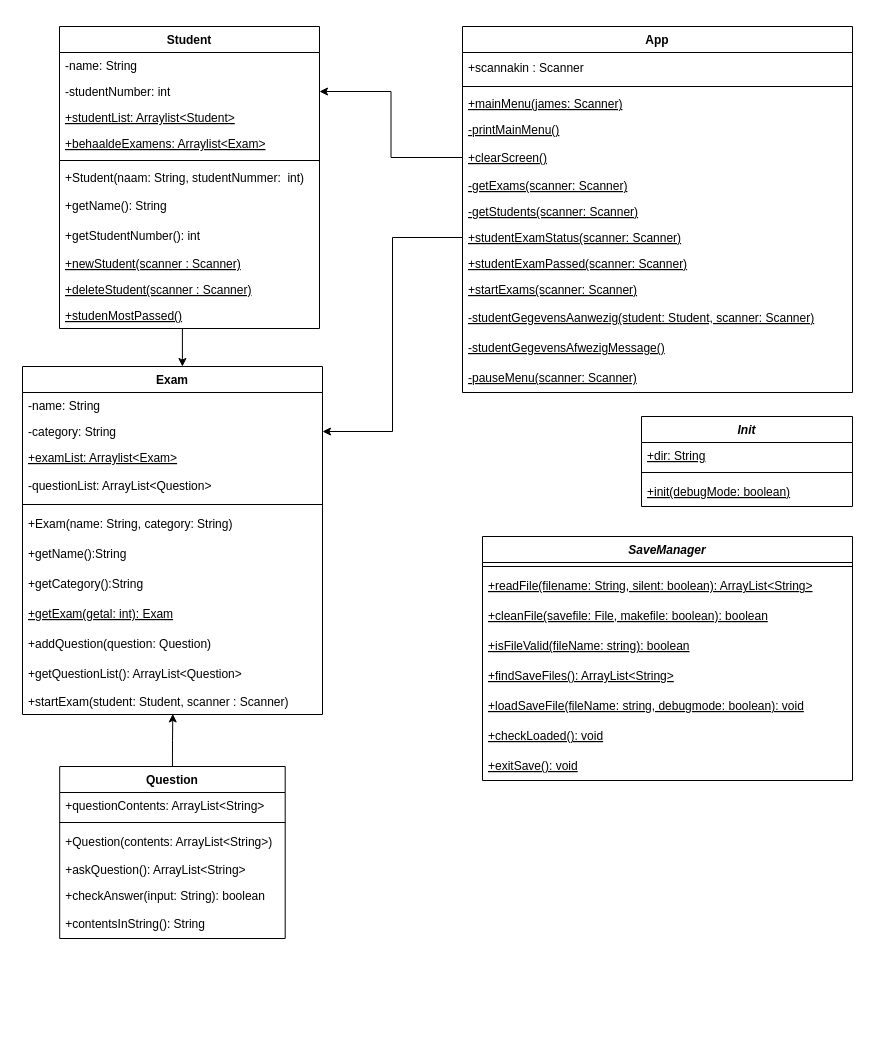
Before: UML.drawio in Studeeric/proj1, a draw.io diagram. Source tidied: cells renumbered, new cells numbered last; positions are measured from the earlier drawing's top-left corner, leaving out a move shared by most shapes. Both pictures are drawn from the tidied source at 100%, with x=0, y=0 at pixel (22, 26).
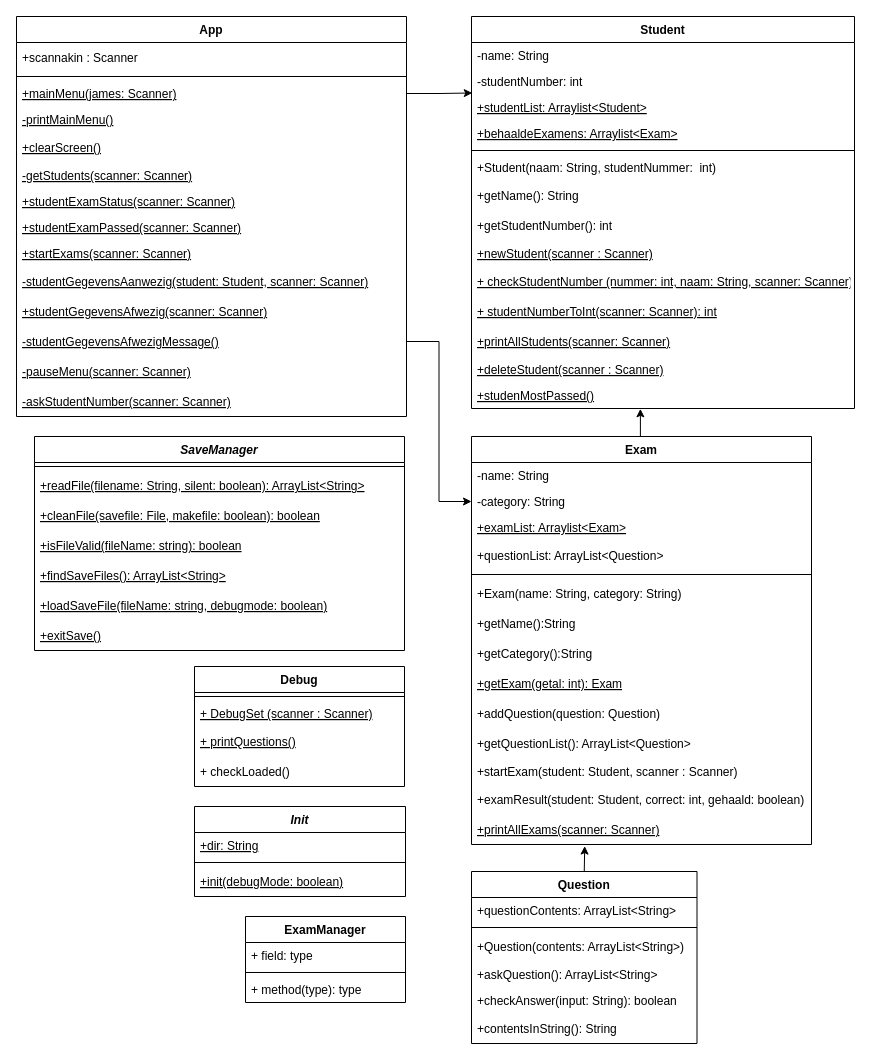
After the change.

The change refers to these unchanged cells:
```xml
<mxCell id="31" value="+mainMenu(james: Scanner)" style="text;strokeColor=none;fillColor=none;align=left;verticalAlign=top;spacingLeft=4;spacingRight=4;overflow=hidden;points=[[0,0.5],[1,0.5]];portConstraint=eastwest;fontStyle=4;" parent="28" vertex="1">
  <mxGeometry y="64" width="390" height="26" as="geometry" />
</mxCell>
<mxCell id="33" value="+clearScreen()" style="text;strokeColor=none;fillColor=none;align=left;verticalAlign=middle;spacingLeft=4;spacingRight=4;overflow=hidden;points=[[0,0.5],[1,0.5]];portConstraint=eastwest;fontStyle=4;" parent="28" vertex="1">
  <mxGeometry y="116" width="390" height="30" as="geometry" />
</mxCell>
```

Diff of the diagram source:
```diff
@@
-    <mxCell id="2" style="edgeStyle=orthogonalEdgeStyle;rounded=0;jettySize=auto;html=1;exitX=0.5;exitY=1;exitDx=0;exitDy=0;entryX=0.533;entryY=0;entryDx=0;entryDy=0;entryPerimeter=0;" parent="1" edge="1" source="3" target="15">
-      <mxGeometry relative="1" as="geometry" />
-    </mxCell>
     <mxCell id="3" value="Student" style="swimlane;fontStyle=1;align=center;verticalAlign=top;horizontal=1;startSize=26;" parent="1" vertex="1">
-      <mxGeometry x="37" width="260" height="302" as="geometry" />
+      <mxGeometry x="449" y="-10" width="383" height="392" as="geometry" />
     </mxCell>
     <mxCell id="4" value="-name: String" style="text;strokeColor=none;fillColor=none;align=left;verticalAlign=top;spacingLeft=4;spacingRight=4;overflow=hidden;" parent="3" vertex="1">
-      <mxGeometry y="26" width="260" height="26" as="geometry" />
+      <mxGeometry y="26" width="383" height="26" as="geometry" />
     </mxCell>
     <mxCell id="5" value="-studentNumber: int" style="text;strokeColor=none;fillColor=none;align=left;verticalAlign=top;spacingLeft=4;spacingRight=4;overflow=hidden;points=[[0,0.5],[1,0.5]];portConstraint=eastwest;" parent="3" vertex="1">
-      <mxGeometry y="52" width="260" height="26" as="geometry" />
+      <mxGeometry y="52" width="383" height="26" as="geometry" />
     </mxCell>
     <mxCell id="6" value="+studentList: Arraylist&lt;Student&gt;" style="text;strokeColor=none;fillColor=none;align=left;verticalAlign=top;spacingLeft=4;spacingRight=4;overflow=hidden;points=[[0,0.5],[1,0.5]];portConstraint=eastwest;fontStyle=4;" parent="3" vertex="1">
-      <mxGeometry y="78" width="260" height="26" as="geometry" />
+      <mxGeometry y="78" width="383" height="26" as="geometry" />
     </mxCell>
     <mxCell id="7" value="+behaaldeExamens: Arraylist&lt;Exam&gt;" style="text;strokeColor=none;fillColor=none;align=left;verticalAlign=top;spacingLeft=4;spacingRight=4;overflow=hidden;fontStyle=4;" parent="3" vertex="1">
-      <mxGeometry y="104" width="260" height="26" as="geometry" />
+      <mxGeometry y="104" width="383" height="26" as="geometry" />
     </mxCell>
     <mxCell id="8" style="line;strokeWidth=1;fillColor=none;align=left;verticalAlign=middle;spacingTop=-1;spacingLeft=3;spacingRight=3;labelPosition=right;" parent="3" vertex="1">
-      <mxGeometry y="130" width="260" height="8" as="geometry" />
+      <mxGeometry y="130" width="383" height="8" as="geometry" />
     </mxCell>
     <mxCell id="9" value="+Student(naam: String, studentNummer:  int)" style="text;strokeColor=none;fillColor=none;align=left;verticalAlign=top;spacingLeft=4;spacingRight=4;overflow=hidden;" parent="3" vertex="1">
-      <mxGeometry y="138" width="260" height="26" as="geometry" />
+      <mxGeometry y="138" width="383" height="26" as="geometry" />
     </mxCell>
     <mxCell id="10" value="+getName(): String" style="text;strokeColor=none;fillColor=none;align=left;verticalAlign=middle;spacingLeft=4;spacingRight=4;overflow=hidden;" parent="3" vertex="1">
-      <mxGeometry y="164" width="260" height="30" as="geometry" />
+      <mxGeometry y="164" width="383" height="30" as="geometry" />
     </mxCell>
     <mxCell id="11" value="+getStudentNumber(): int" style="text;strokeColor=none;fillColor=none;align=left;verticalAlign=middle;spacingLeft=4;spacingRight=4;overflow=hidden;" parent="3" vertex="1">
-      <mxGeometry y="194" width="260" height="30" as="geometry" />
+      <mxGeometry y="194" width="383" height="30" as="geometry" />
     </mxCell>
     <mxCell id="12" value="+newStudent(scanner : Scanner)" style="text;strokeColor=none;fillColor=none;align=left;verticalAlign=top;spacingLeft=4;spacingRight=4;overflow=hidden;fontStyle=4;" parent="3" vertex="1">
-      <mxGeometry y="224" width="260" height="26" as="geometry" />
+      <mxGeometry y="224" width="383" height="26" as="geometry" />
     </mxCell>
+    <mxCell id="65" value="+ checkStudentNumber (nummer: int, naam: String, scanner: Scanner)" style="text;strokeColor=none;fillColor=none;align=left;verticalAlign=middle;spacingLeft=4;spacingRight=4;overflow=hidden;fontStyle=4;" parent="3" vertex="1">
+      <mxGeometry y="250" width="383" height="30" as="geometry" />
+    </mxCell>
+    <mxCell id="66" value="+ studentNumberToInt(scanner: Scanner): int" style="text;strokeColor=none;fillColor=none;align=left;verticalAlign=middle;spacingLeft=4;spacingRight=4;overflow=hidden;fontStyle=4;" parent="3" vertex="1">
+      <mxGeometry y="280" width="383" height="30" as="geometry" />
+    </mxCell>
+    <mxCell id="67" value="+printAllStudents(scanner: Scanner)" style="text;strokeColor=none;fillColor=none;align=left;verticalAlign=middle;spacingLeft=4;spacingRight=4;overflow=hidden;fontStyle=4;" parent="3" vertex="1">
+      <mxGeometry y="310" width="383" height="30" as="geometry" />
+    </mxCell>
     <mxCell id="13" value="+deleteStudent(scanner : Scanner)" style="text;strokeColor=none;fillColor=none;align=left;verticalAlign=top;spacingLeft=4;spacingRight=4;overflow=hidden;fontStyle=4;" parent="3" vertex="1">
-      <mxGeometry y="250" width="260" height="26" as="geometry" />
+      <mxGeometry y="340" width="383" height="26" as="geometry" />
     </mxCell>
     <mxCell id="14" value="+studenMostPassed()" style="text;strokeColor=none;fillColor=none;align=left;verticalAlign=top;spacingLeft=4;spacingRight=4;overflow=hidden;points=[[0,0.5],[1,0.5]];portConstraint=eastwest;fontStyle=4;" parent="3" vertex="1">
-      <mxGeometry y="276" width="260" height="26" as="geometry" />
+      <mxGeometry y="366" width="383" height="26" as="geometry" />
     </mxCell>
+    <mxCell id="68" style="edgeStyle=orthogonalEdgeStyle;rounded=0;jettySize=auto;html=1;exitX=0.5;exitY=0;exitDx=0;exitDy=0;entryX=0.441;entryY=1.013;entryDx=0;entryDy=0;entryPerimeter=0;" parent="1" edge="1" source="15" target="14">
+      <mxGeometry relative="1" as="geometry" />
+    </mxCell>
     <mxCell id="15" value="Exam" style="swimlane;fontStyle=1;align=center;verticalAlign=top;horizontal=1;startSize=26;" parent="1" vertex="1">
-      <mxGeometry y="340" width="300" height="348" as="geometry" />
+      <mxGeometry x="449" y="410" width="340" height="408" as="geometry" />
     </mxCell>
     <mxCell id="16" value="-name: String" style="text;strokeColor=none;fillColor=none;align=left;verticalAlign=top;spacingLeft=4;spacingRight=4;overflow=hidden;" parent="15" vertex="1">
-      <mxGeometry y="26" width="300" height="26" as="geometry" />
+      <mxGeometry y="26" width="340" height="26" as="geometry" />
     </mxCell>
     <mxCell id="17" value="-category: String" style="text;strokeColor=none;fillColor=none;align=left;verticalAlign=top;spacingLeft=4;spacingRight=4;overflow=hidden;points=[[0,0.5],[1,0.5]];portConstraint=eastwest;" parent="15" vertex="1">
-      <mxGeometry y="52" width="300" height="26" as="geometry" />
+      <mxGeometry y="52" width="340" height="26" as="geometry" />
     </mxCell>
     <mxCell id="18" value="+examList: Arraylist&lt;Exam&gt;" style="text;strokeColor=none;fillColor=none;align=left;verticalAlign=top;spacingLeft=4;spacingRight=4;overflow=hidden;fontStyle=4;" parent="15" vertex="1">
-      <mxGeometry y="78" width="300" height="26" as="geometry" />
+      <mxGeometry y="78" width="340" height="26" as="geometry" />
     </mxCell>
-    <mxCell id="19" value="-questionList: ArrayList&lt;Question&gt;" style="text;strokeColor=none;fillColor=none;align=left;verticalAlign=middle;spacingLeft=4;spacingRight=4;overflow=hidden;" parent="15" vertex="1">
-      <mxGeometry y="104" width="300" height="30" as="geometry" />
+    <mxCell id="19" value="+questionList: ArrayList&lt;Question&gt;" style="text;strokeColor=none;fillColor=none;align=left;verticalAlign=middle;spacingLeft=4;spacingRight=4;overflow=hidden;" parent="15" vertex="1">
+      <mxGeometry y="104" width="340" height="30" as="geometry" />
     </mxCell>
     <mxCell id="20" style="line;strokeWidth=1;fillColor=none;align=left;verticalAlign=middle;spacingTop=-1;spacingLeft=3;spacingRight=3;labelPosition=right;" parent="15" vertex="1">
-      <mxGeometry y="134" width="300" height="8" as="geometry" />
+      <mxGeometry y="134" width="340" height="8" as="geometry" />
     </mxCell>
     <mxCell id="21" value="+Exam(name: String, category: String)" style="text;strokeColor=none;fillColor=none;align=left;verticalAlign=middle;spacingLeft=4;spacingRight=4;overflow=hidden;" parent="15" vertex="1">
-      <mxGeometry y="142" width="300" height="30" as="geometry" />
+      <mxGeometry y="142" width="340" height="30" as="geometry" />
     </mxCell>
     <mxCell id="22" value="+getName():String" style="text;strokeColor=none;fillColor=none;align=left;verticalAlign=middle;spacingLeft=4;spacingRight=4;overflow=hidden;" parent="15" vertex="1">
-      <mxGeometry y="172" width="300" height="30" as="geometry" />
+      <mxGeometry y="172" width="340" height="30" as="geometry" />
     </mxCell>
     <mxCell id="23" value="+getCategory():String" style="text;strokeColor=none;fillColor=none;align=left;verticalAlign=middle;spacingLeft=4;spacingRight=4;overflow=hidden;" parent="15" vertex="1">
-      <mxGeometry y="202" width="300" height="30" as="geometry" />
+      <mxGeometry y="202" width="340" height="30" as="geometry" />
     </mxCell>
     <mxCell id="24" value="+getExam(getal: int): Exam" style="text;strokeColor=none;fillColor=none;align=left;verticalAlign=middle;spacingLeft=4;spacingRight=4;overflow=hidden;fontStyle=4;" parent="15" vertex="1">
-      <mxGeometry y="232" width="300" height="30" as="geometry" />
+      <mxGeometry y="232" width="340" height="30" as="geometry" />
     </mxCell>
     <mxCell id="25" value="+addQuestion(question: Question)" style="text;strokeColor=none;fillColor=none;align=left;verticalAlign=middle;spacingLeft=4;spacingRight=4;overflow=hidden;" parent="15" vertex="1">
-      <mxGeometry y="262" width="300" height="30" as="geometry" />
+      <mxGeometry y="262" width="340" height="30" as="geometry" />
     </mxCell>
     <mxCell id="26" value="+getQuestionList(): ArrayList&lt;Question&gt;" style="text;strokeColor=none;fillColor=none;align=left;verticalAlign=middle;spacingLeft=4;spacingRight=4;overflow=hidden;" parent="15" vertex="1">
-      <mxGeometry y="292" width="300" height="30" as="geometry" />
+      <mxGeometry y="292" width="340" height="30" as="geometry" />
     </mxCell>
     <mxCell id="27" value="+startExam(student: Student, scanner : Scanner)" style="text;strokeColor=none;fillColor=none;align=left;verticalAlign=top;spacingLeft=4;spacingRight=4;overflow=hidden;points=[[0,0.5],[1,0.5]];portConstraint=eastwest;" parent="15" vertex="1">
-      <mxGeometry y="322" width="300" height="26" as="geometry" />
+      <mxGeometry y="322" width="340" height="26" as="geometry" />
     </mxCell>
+    <mxCell id="69" value="+examResult(student: Student, correct: int, gehaald: boolean)" style="text;strokeColor=none;fillColor=none;align=left;verticalAlign=middle;spacingLeft=4;spacingRight=4;overflow=hidden;" parent="15" vertex="1">
+      <mxGeometry y="348" width="340" height="30" as="geometry" />
+    </mxCell>
+    <mxCell id="70" value="+printAllExams(scanner: Scanner)" style="text;strokeColor=none;fillColor=none;align=left;verticalAlign=middle;spacingLeft=4;spacingRight=4;overflow=hidden;points=[[0,0.5],[1,0.5]];portConstraint=eastwest;fontStyle=4;" parent="15" vertex="1">
+      <mxGeometry y="378" width="340" height="30" as="geometry" />
+    </mxCell>
     <mxCell id="28" value="App" style="swimlane;fontStyle=1;align=center;verticalAlign=top;horizontal=1;startSize=26;" parent="1" vertex="1">
-      <mxGeometry x="440" width="390" height="366" as="geometry" />
+      <mxGeometry x="-6" y="-10" width="390" height="400" as="geometry" />
     </mxCell>
@@
-    <mxCell id="34" value="-getExams(scanner: Scanner)" style="text;strokeColor=none;fillColor=none;align=left;verticalAlign=top;spacingLeft=4;spacingRight=4;overflow=hidden;fontStyle=4;" parent="28" vertex="1">
-      <mxGeometry y="146" width="390" height="26" as="geometry" />
-    </mxCell>
     <mxCell id="35" value="-getStudents(scanner: Scanner)" style="text;strokeColor=none;fillColor=none;align=left;verticalAlign=top;spacingLeft=4;spacingRight=4;overflow=hidden;fontStyle=4;" parent="28" vertex="1">
-      <mxGeometry y="172" width="390" height="26" as="geometry" />
+      <mxGeometry y="146" width="390" height="26" as="geometry" />
     </mxCell>
     <mxCell id="36" value="+studentExamStatus(scanner: Scanner)" style="text;strokeColor=none;fillColor=none;align=left;verticalAlign=top;spacingLeft=4;spacingRight=4;overflow=hidden;points=[[0,0.5],[1,0.5]];portConstraint=eastwest;fontStyle=4;" parent="28" vertex="1">
-      <mxGeometry y="198" width="390" height="26" as="geometry" />
+      <mxGeometry y="172" width="390" height="26" as="geometry" />
     </mxCell>
     <mxCell id="37" value="+studentExamPassed(scanner: Scanner)" style="text;strokeColor=none;fillColor=none;align=left;verticalAlign=top;spacingLeft=4;spacingRight=4;overflow=hidden;fontStyle=4;" parent="28" vertex="1">
-      <mxGeometry y="224" width="390" height="26" as="geometry" />
+      <mxGeometry y="198" width="390" height="26" as="geometry" />
     </mxCell>
     <mxCell id="38" value="+startExams(scanner: Scanner)" style="text;strokeColor=none;fillColor=none;align=left;verticalAlign=top;spacingLeft=4;spacingRight=4;overflow=hidden;fontStyle=4;" parent="28" vertex="1">
-      <mxGeometry y="250" width="390" height="26" as="geometry" />
+      <mxGeometry y="224" width="390" height="26" as="geometry" />
     </mxCell>
     <mxCell id="39" value="-studentGegevensAanwezig(student: Student, scanner: Scanner)" style="text;strokeColor=none;fillColor=none;align=left;verticalAlign=middle;spacingLeft=4;spacingRight=4;overflow=hidden;fontStyle=4;" parent="28" vertex="1">
-      <mxGeometry y="276" width="390" height="30" as="geometry" />
+      <mxGeometry y="250" width="390" height="30" as="geometry" />
     </mxCell>
+    <mxCell id="71" value="+studentGegevensAfwezig(scanner: Scanner)" style="text;strokeColor=none;fillColor=none;align=left;verticalAlign=middle;spacingLeft=4;spacingRight=4;overflow=hidden;fontStyle=4;" parent="28" vertex="1">
+      <mxGeometry y="280" width="390" height="30" as="geometry" />
+    </mxCell>
     <mxCell id="40" value="-studentGegevensAfwezigMessage()" style="text;strokeColor=none;fillColor=none;align=left;verticalAlign=middle;spacingLeft=4;spacingRight=4;overflow=hidden;points=[[0,0.5],[1,0.5]];portConstraint=eastwest;fontStyle=4;" parent="28" vertex="1">
-      <mxGeometry y="306" width="390" height="30" as="geometry" />
+      <mxGeometry y="310" width="390" height="30" as="geometry" />
     </mxCell>
     <mxCell id="41" value="-pauseMenu(scanner: Scanner)" style="text;strokeColor=none;fillColor=none;align=left;verticalAlign=middle;spacingLeft=4;spacingRight=4;overflow=hidden;fontStyle=4;" parent="28" vertex="1">
-      <mxGeometry y="336" width="390" height="30" as="geometry" />
+      <mxGeometry y="340" width="390" height="30" as="geometry" />
     </mxCell>
-    <mxCell id="42" style="edgeStyle=orthogonalEdgeStyle;rounded=0;jettySize=auto;html=1;exitX=0.5;exitY=0;exitDx=0;exitDy=0;entryX=0.501;entryY=0.978;entryDx=0;entryDy=0;entryPerimeter=0;" parent="1" edge="1" source="43" target="27">
-      <mxGeometry relative="1" as="geometry" />
-    </mxCell>
+    <mxCell id="72" value="-askStudentNumber(scanner: Scanner)" style="text;strokeColor=none;fillColor=none;align=left;verticalAlign=middle;spacingLeft=4;spacingRight=4;overflow=hidden;fontStyle=4;" parent="28" vertex="1">
+      <mxGeometry y="370" width="390" height="30" as="geometry" />
+    </mxCell>
+    <mxCell id="73" style="edgeStyle=orthogonalEdgeStyle;rounded=0;jettySize=auto;html=1;exitX=0.5;exitY=0;exitDx=0;exitDy=0;entryX=0.333;entryY=1.053;entryDx=0;entryDy=0;entryPerimeter=0;" parent="1" edge="1" source="43" target="70">
+      <mxGeometry relative="1" as="geometry" />
+    </mxCell>
     <mxCell id="43" value="Question" style="swimlane;fontStyle=1;align=center;verticalAlign=top;horizontal=1;startSize=26;" parent="1" vertex="1">
-      <mxGeometry x="37.2" y="740" width="225.5" height="172" as="geometry" />
+      <mxGeometry x="449" y="845" width="225.5" height="172" as="geometry" />
     </mxCell>
@@
     <mxCell id="50" value="SaveManager" style="swimlane;fontStyle=3;align=center;verticalAlign=top;horizontal=1;startSize=26;" parent="1" vertex="1">
-      <mxGeometry x="460" y="510" width="370" height="244" as="geometry" />
+      <mxGeometry x="12" y="410" width="370" height="214" as="geometry" />
     </mxCell>
@@
-    <mxCell id="56" value="+loadSaveFile(fileName: string, debugmode: boolean): void" style="text;strokeColor=none;fillColor=none;align=left;verticalAlign=middle;spacingLeft=4;spacingRight=4;overflow=hidden;fontStyle=4;" parent="50" vertex="1">
+    <mxCell id="56" value="+loadSaveFile(fileName: string, debugmode: boolean)" style="text;strokeColor=none;fillColor=none;align=left;verticalAlign=middle;spacingLeft=4;spacingRight=4;overflow=hidden;fontStyle=4;" parent="50" vertex="1">
       <mxGeometry y="154" width="370" height="30" as="geometry" />
     </mxCell>
-    <mxCell id="57" value="+checkLoaded(): void" style="text;strokeColor=none;fillColor=none;align=left;verticalAlign=middle;spacingLeft=4;spacingRight=4;overflow=hidden;fontStyle=4;" parent="50" vertex="1">
-      <mxGeometry y="184" width="370" height="30" as="geometry" />
-    </mxCell>
-    <mxCell id="58" value="+exitSave(): void" style="text;strokeColor=none;fillColor=none;align=left;verticalAlign=middle;spacingLeft=4;spacingRight=4;overflow=hidden;fontStyle=4;" parent="50" vertex="1">
-      <mxGeometry y="214" width="370" height="30" as="geometry" />
+    <mxCell id="58" value="+exitSave()" style="text;strokeColor=none;fillColor=none;align=left;verticalAlign=middle;spacingLeft=4;spacingRight=4;overflow=hidden;fontStyle=4;" parent="50" vertex="1">
+      <mxGeometry y="184" width="370" height="30" as="geometry" />
     </mxCell>
     <mxCell id="59" value="Init" style="swimlane;fontStyle=3;align=center;verticalAlign=top;horizontal=1;startSize=26;" parent="1" vertex="1">
-      <mxGeometry x="619" y="390" width="211" height="90" as="geometry" />
+      <mxGeometry x="172" y="780" width="211" height="90" as="geometry" />
     </mxCell>
@@
-    <mxCell id="63" style="edgeStyle=orthogonalEdgeStyle;rounded=0;jettySize=auto;html=1;exitX=0;exitY=0.5;exitDx=0;exitDy=0;entryX=1;entryY=0.5;entryDx=0;entryDy=0;" parent="1" edge="1" source="33" target="5">
-      <mxGeometry relative="1" as="geometry" />
-    </mxCell>
-    <mxCell id="64" style="edgeStyle=orthogonalEdgeStyle;rounded=0;jettySize=auto;html=1;exitX=0;exitY=0.5;exitDx=0;exitDy=0;entryX=1;entryY=0.5;entryDx=0;entryDy=0;" parent="1" edge="1" source="36" target="17">
-      <mxGeometry relative="1" as="geometry" />
-    </mxCell>
+    <mxCell id="74" value="Debug" style="swimlane;fontStyle=1;align=center;verticalAlign=top;horizontal=1;startSize=26;" parent="1" vertex="1">
+      <mxGeometry x="172" y="640" width="210" height="120" as="geometry" />
+    </mxCell>
+    <mxCell id="75" style="line;strokeWidth=1;fillColor=none;align=left;verticalAlign=middle;spacingTop=-1;spacingLeft=3;spacingRight=3;labelPosition=right;" parent="74" vertex="1">
+      <mxGeometry y="26" width="210" height="8" as="geometry" />
+    </mxCell>
+    <mxCell id="76" value="+ DebugSet (scanner : Scanner)" style="text;strokeColor=none;fillColor=none;align=left;verticalAlign=top;spacingLeft=4;spacingRight=4;overflow=hidden;fontStyle=4;" parent="74" vertex="1">
+      <mxGeometry y="34" width="210" height="26" as="geometry" />
+    </mxCell>
+    <mxCell id="77" value="+ printQuestions()" style="text;strokeColor=none;fillColor=none;align=left;verticalAlign=middle;spacingLeft=4;spacingRight=4;overflow=hidden;fontStyle=4;" parent="74" vertex="1">
+      <mxGeometry y="60" width="210" height="30" as="geometry" />
+    </mxCell>
+    <mxCell id="78" value="+ checkLoaded()" style="text;strokeColor=none;fillColor=none;align=left;verticalAlign=middle;spacingLeft=4;spacingRight=4;overflow=hidden;" parent="74" vertex="1">
+      <mxGeometry y="90" width="210" height="30" as="geometry" />
+    </mxCell>
+    <mxCell id="79" value="ExamManager" style="swimlane;fontStyle=1;align=center;verticalAlign=top;horizontal=1;startSize=26;" parent="1" vertex="1">
+      <mxGeometry x="223" y="890" width="160" height="86" as="geometry" />
+    </mxCell>
+    <mxCell id="80" value="+ field: type" style="text;strokeColor=none;fillColor=none;align=left;verticalAlign=top;spacingLeft=4;spacingRight=4;overflow=hidden;" parent="79" vertex="1">
+      <mxGeometry y="26" width="160" height="26" as="geometry" />
+    </mxCell>
+    <mxCell id="81" style="line;strokeWidth=1;fillColor=none;align=left;verticalAlign=middle;spacingTop=-1;spacingLeft=3;spacingRight=3;labelPosition=right;" parent="79" vertex="1">
+      <mxGeometry y="52" width="160" height="8" as="geometry" />
+    </mxCell>
+    <mxCell id="82" value="+ method(type): type" style="text;strokeColor=none;fillColor=none;align=left;verticalAlign=top;spacingLeft=4;spacingRight=4;overflow=hidden;" parent="79" vertex="1">
+      <mxGeometry y="60" width="160" height="26" as="geometry" />
+    </mxCell>
+    <mxCell id="83" style="edgeStyle=orthogonalEdgeStyle;rounded=0;jettySize=auto;html=1;exitX=1;exitY=0.5;exitDx=0;exitDy=0;entryX=0.002;entryY=-0.058;entryDx=0;entryDy=0;entryPerimeter=0;" parent="1" edge="1" source="31" target="6">
+      <mxGeometry relative="1" as="geometry" />
+    </mxCell>
+    <mxCell id="84" style="edgeStyle=orthogonalEdgeStyle;rounded=0;jettySize=auto;html=1;exitX=1;exitY=0.5;exitDx=0;exitDy=0;" parent="1" edge="1" source="40" target="17">
+      <mxGeometry relative="1" as="geometry" />
+    </mxCell>
```
